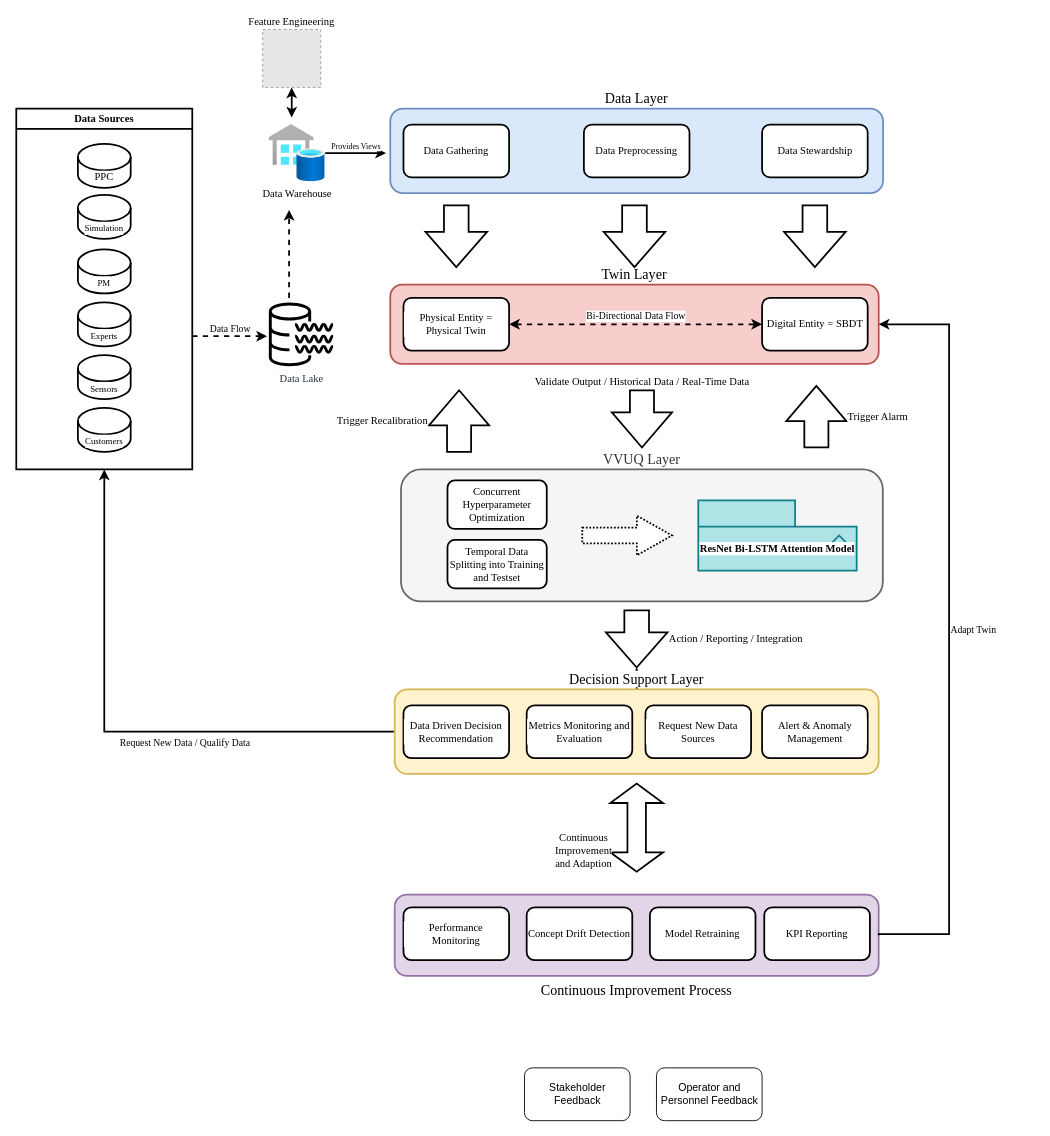
Above: figures/framework.drawio in fishingpvalues/masterthesis (draw.io), before the change. Source tidied: cells renumbered, new cells numbered last; positions are measured from the earlier drawing's top-left corner, leaving out a move shared by most shapes. Both pictures are drawn from the tidied source at 88%, with x=0, y=0 at pixel (16, 29). Pictures stored in the file or linked from it are replaced by grey dashed boxes.
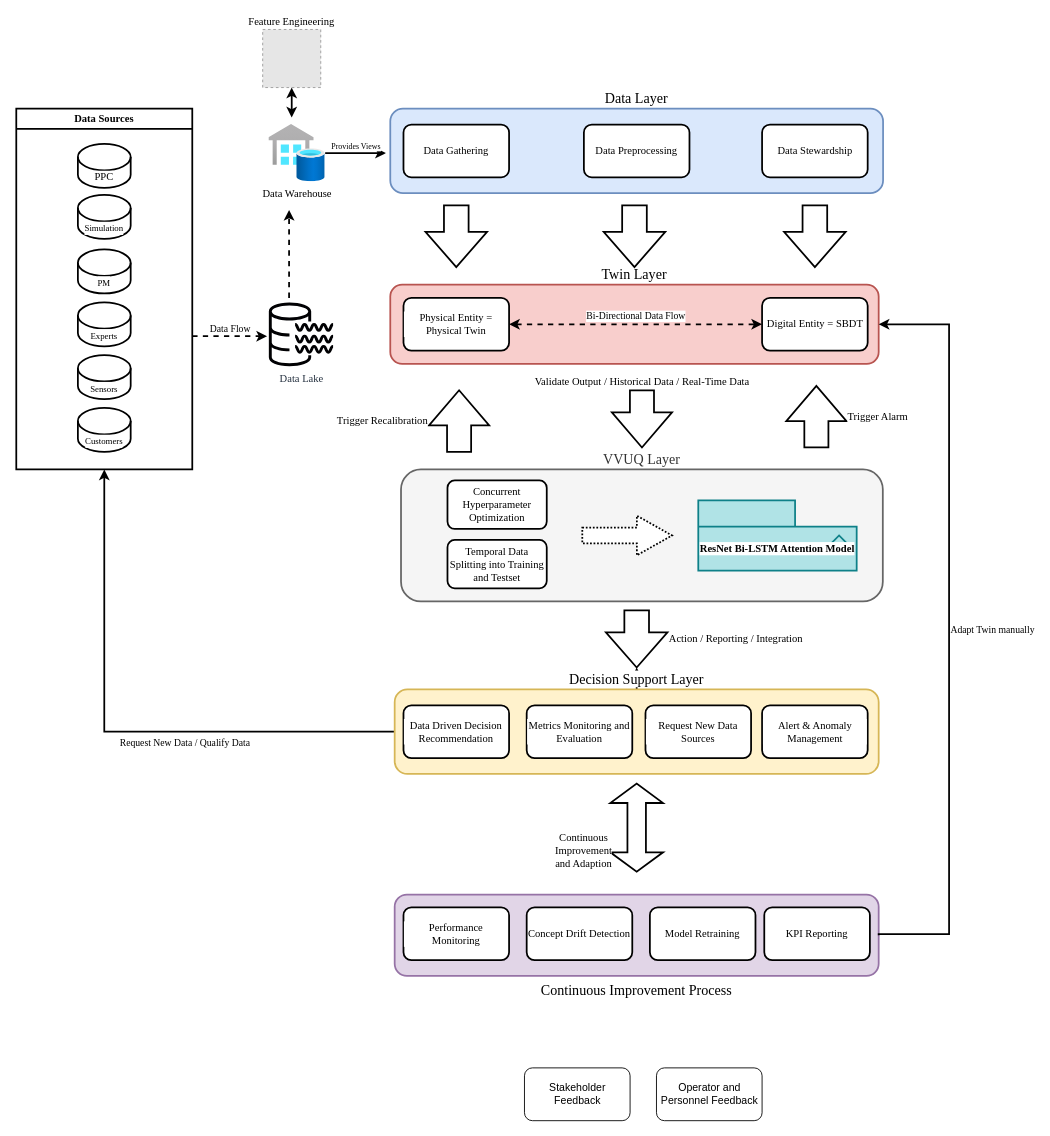
After the change.

Unchanged cells that the change refers to:
```xml
<mxCell id="2" value="&lt;font style=&quot;font-size: 16px;&quot;&gt;Twin Layer&lt;/font&gt;" style="rounded=1;whiteSpace=wrap;html=1;labelPosition=center;verticalLabelPosition=top;align=center;verticalAlign=bottom;fillColor=#f8cecc;strokeColor=#b85450;fontFamily=Times New Roman;labelBorderColor=none;labelBackgroundColor=default;strokeWidth=2;swimlaneLine=1;" parent="1" vertex="1">
  <mxGeometry x="425" y="290" width="555" height="90" as="geometry" />
</mxCell>
<mxCell id="26" value="&lt;font style=&quot;font-size: 16px;&quot;&gt;Continuous Improvement Process&lt;/font&gt;" style="rounded=1;whiteSpace=wrap;html=1;labelPosition=center;verticalLabelPosition=bottom;align=center;verticalAlign=top;fillColor=#e1d5e7;strokeColor=#9673a6;fontFamily=Times New Roman;labelBorderColor=none;labelBackgroundColor=default;strokeWidth=2;swimlaneLine=1;" parent="25" vertex="1">
  <mxGeometry x="50" y="10" width="550" height="92.5" as="geometry" />
</mxCell>
```

Change to the diagram source:
```diff
@@
-    <mxCell id="49" value="Adapt Twin" style="edgeStyle=orthogonalEdgeStyle;rounded=0;jettySize=auto;html=1;entryX=1;entryY=0.5;entryDx=0;entryDy=0;exitX=1;exitY=0.5;exitDx=0;exitDy=0;verticalAlign=middle;labelPosition=right;verticalLabelPosition=middle;align=left;fontFamily=Times New Roman;labelBorderColor=none;labelBackgroundColor=default;strokeWidth=2;swimlaneLine=1;" parent="1" edge="1" source="26" target="2">
+    <mxCell id="49" value="Adapt Twin manually" style="edgeStyle=orthogonalEdgeStyle;rounded=0;jettySize=auto;html=1;entryX=1;entryY=0.5;entryDx=0;entryDy=0;exitX=1;exitY=0.5;exitDx=0;exitDy=0;verticalAlign=middle;labelPosition=right;verticalLabelPosition=middle;align=left;fontFamily=Times New Roman;labelBorderColor=none;labelBackgroundColor=default;strokeWidth=2;swimlaneLine=1;" parent="1" edge="1" source="26" target="2">
       <mxGeometry relative="1" as="geometry">
         <Array as="points">
           <mxPoint x="1060" y="1028" />
           <mxPoint x="1060" y="335" />
         </Array>
       </mxGeometry>
     </mxCell>
```
